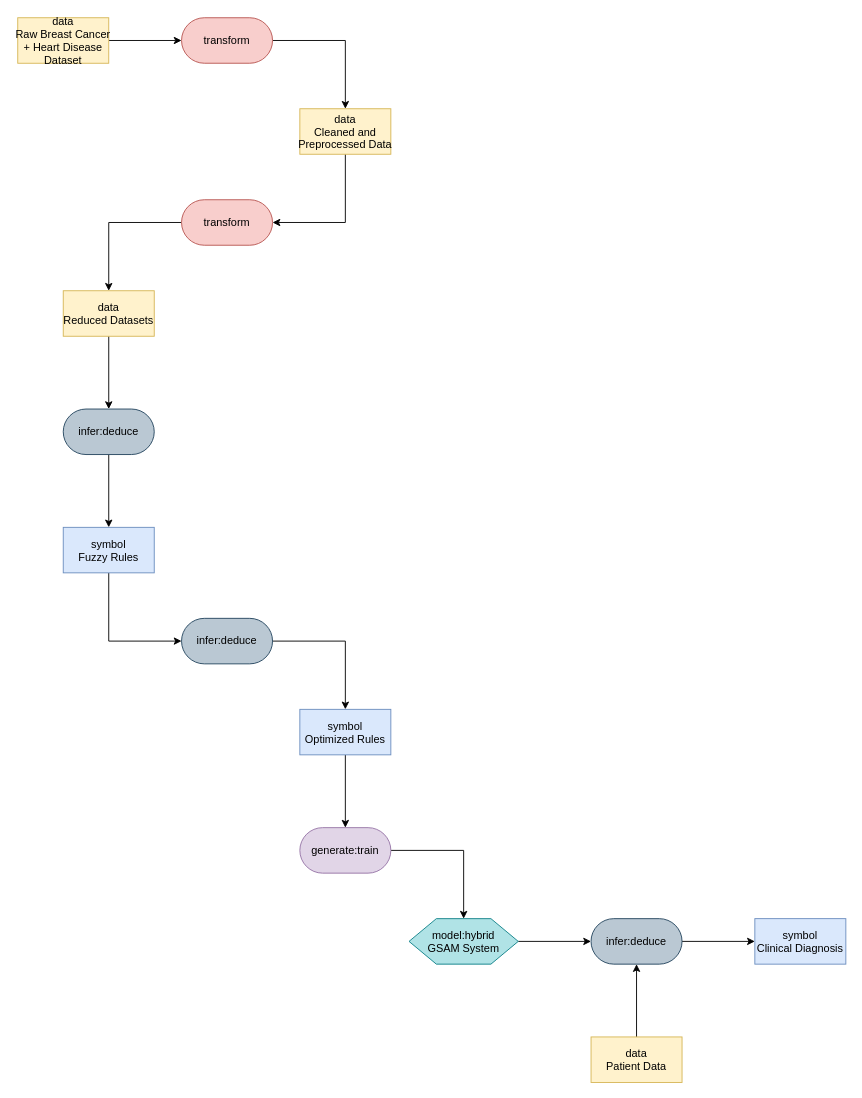
The draw.io diagram medical patterns to boxologies/Rules Embedded in ML architecture (REML)/Classification of healthcare data using genetic fuzzy logic system and wavelets.drawio in zonnesmit/thesis, before the edit. Source tidied: cells renumbered, new cells numbered last; positions are measured from the earlier drawing's top-left corner, leaving out a move shared by most shapes. Both pictures are drawn from the tidied source at 91%, with x=0, y=0 at pixel (17, 17).
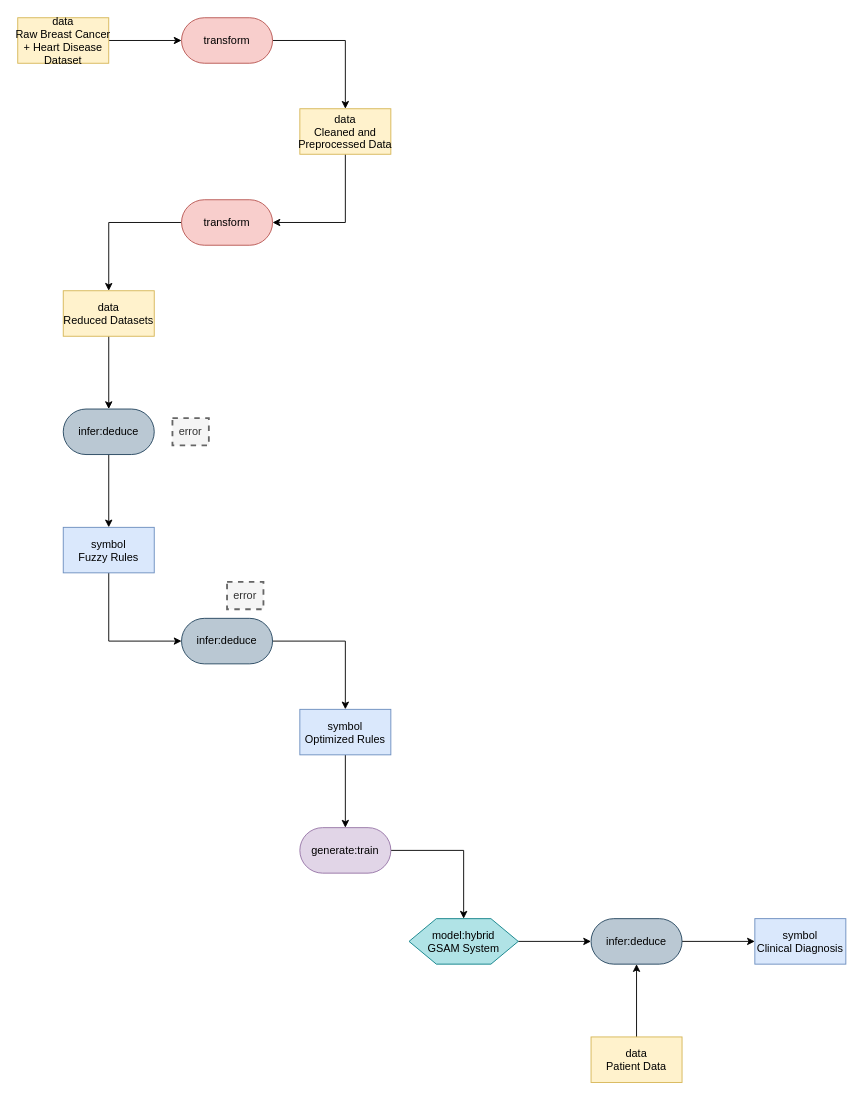
The same diagram, later.

What changed in the source:
```diff
@@
+    <mxCell id="29" value="error" style="text;html=1;align=center;verticalAlign=middle;whiteSpace=wrap;rounded=0;dashed=1;fillColor=#f5f5f5;fontColor=#333333;strokeColor=#666666;strokeWidth=2;" parent="1" vertex="1">
+      <mxGeometry x="170" y="440" width="40" height="30" as="geometry" />
+    </mxCell>
+    <mxCell id="30" value="error" style="text;html=1;align=center;verticalAlign=middle;whiteSpace=wrap;rounded=0;dashed=1;fillColor=#f5f5f5;fontColor=#333333;strokeColor=#666666;strokeWidth=2;" parent="1" vertex="1">
+      <mxGeometry x="230" y="620" width="40" height="30" as="geometry" />
+    </mxCell>
```
